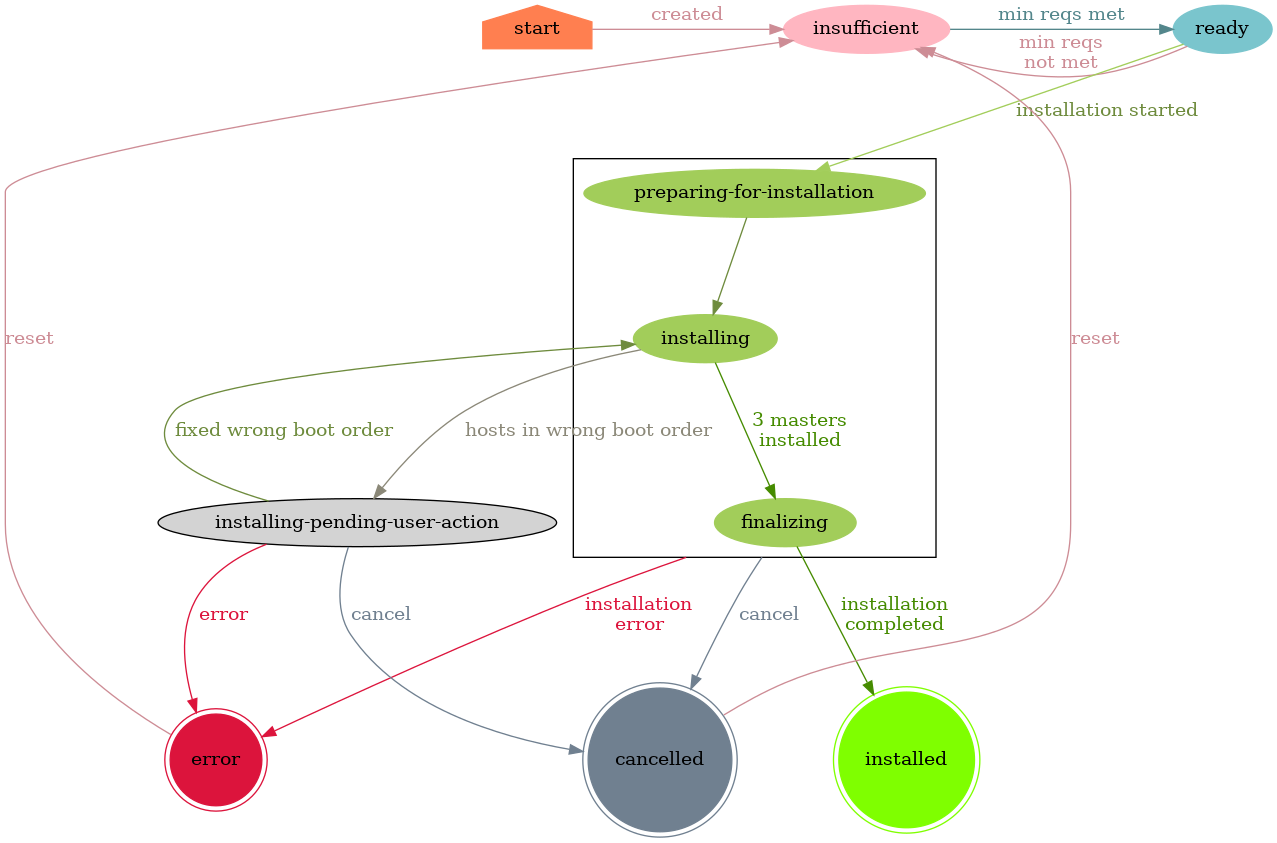
The Graphviz diagram docs/ClusterStatus.png in openshift/assisted-service, before a commit. Its source is kept beside it as docs/ClusterStatus.dot.
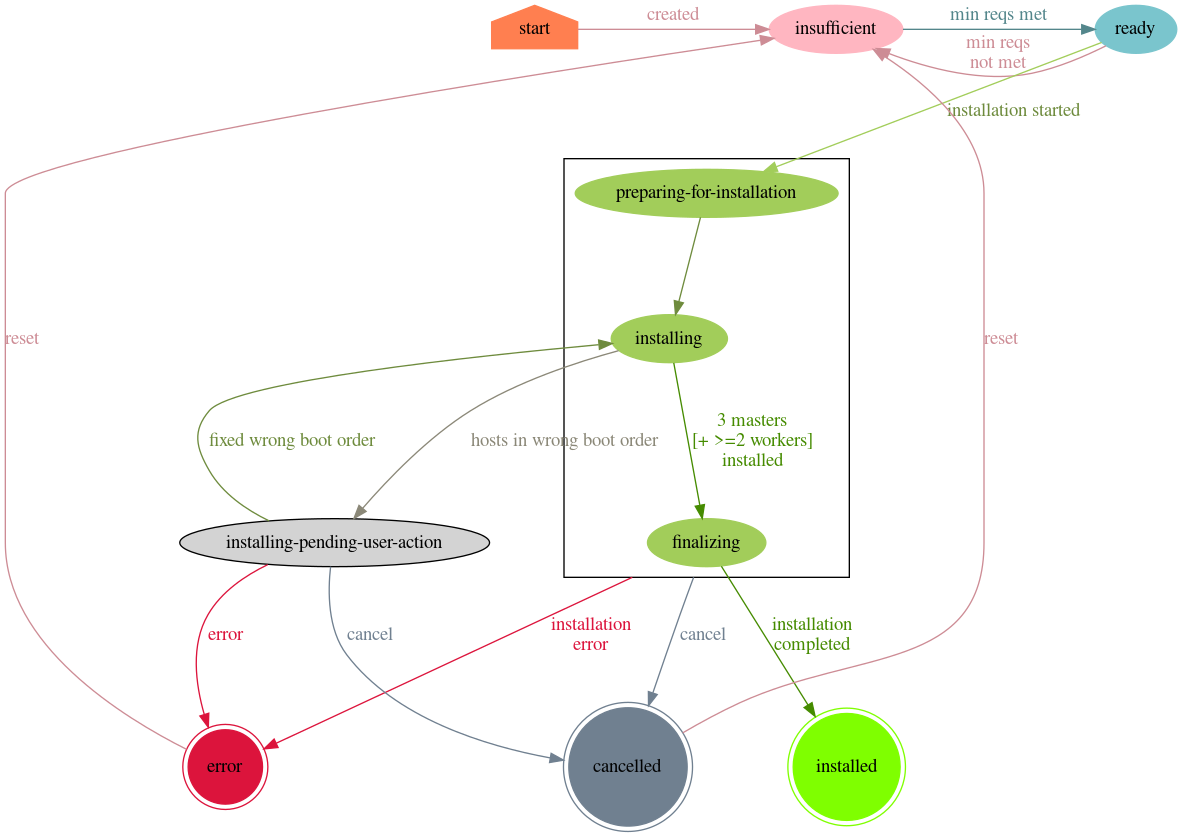
After the commit.

The edit, as a diff of the source:
```diff
@@ -27,7 +27,7 @@
 
     "preparing-for-installation" -> installing [color=darkolivegreen4];
 
-    installing -> finalizing [label = "3 masters\ninstalled", color=chartreuse4, fontcolor=chartreuse4];
+    installing -> finalizing [label = "3 masters\n[+ >=2 workers]\ninstalled", color=chartreuse4, fontcolor=chartreuse4];
 
     installing -> "installing-pending-user-action" [label = "hosts in wrong boot order", color=cornsilk4, fontcolor=cornsilk4];
 
```
